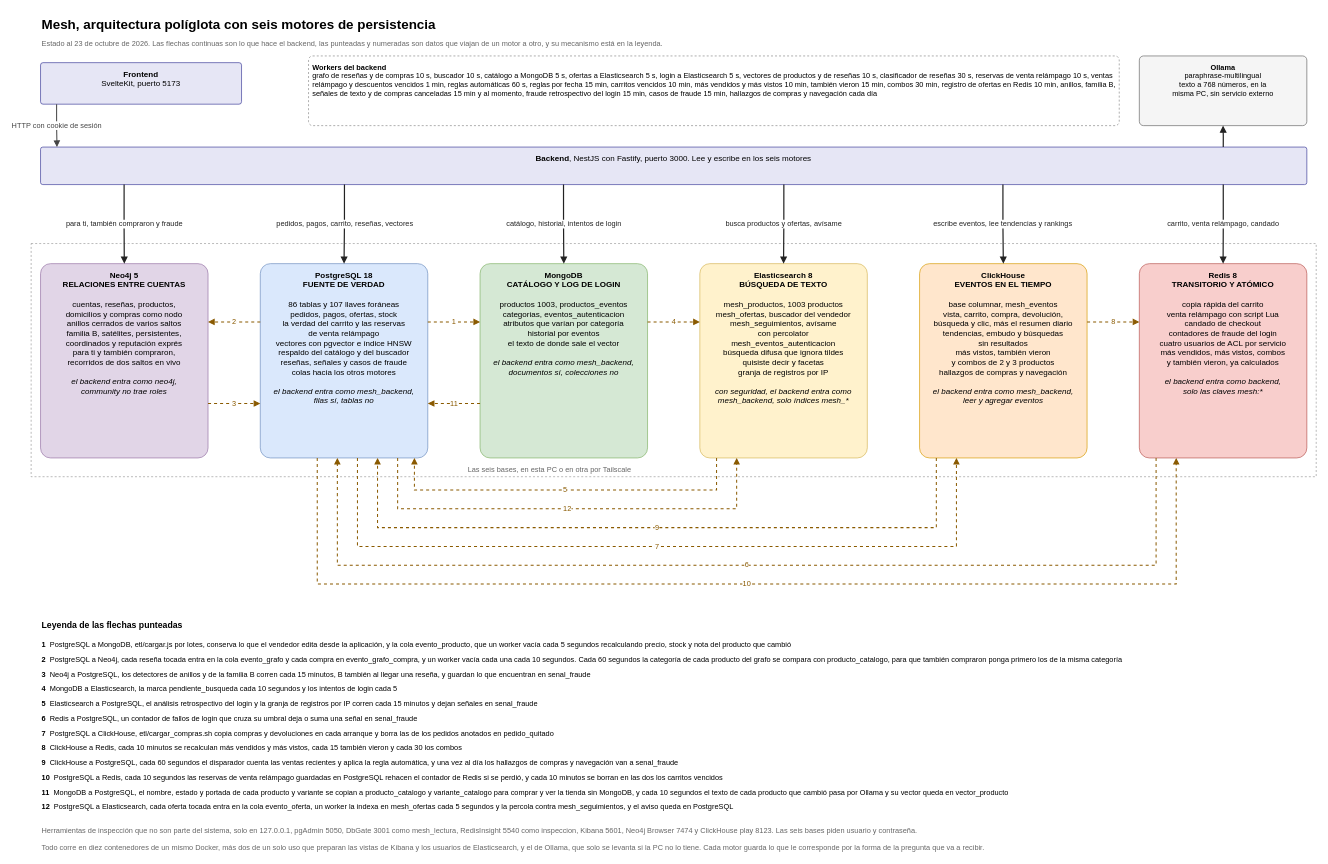
The draw.io diagram docs/diagrama-arquitectura.drawio in pinedahuella/Proyecto-Tienda-Base-Datos-2, before the edit. Source tidied: cells renumbered, new cells numbered last; positions are measured from the earlier drawing's top-left corner, leaving out a move shared by most shapes. Both pictures are drawn from the tidied source at 67%, with x=0, y=0 at pixel (31, 11).
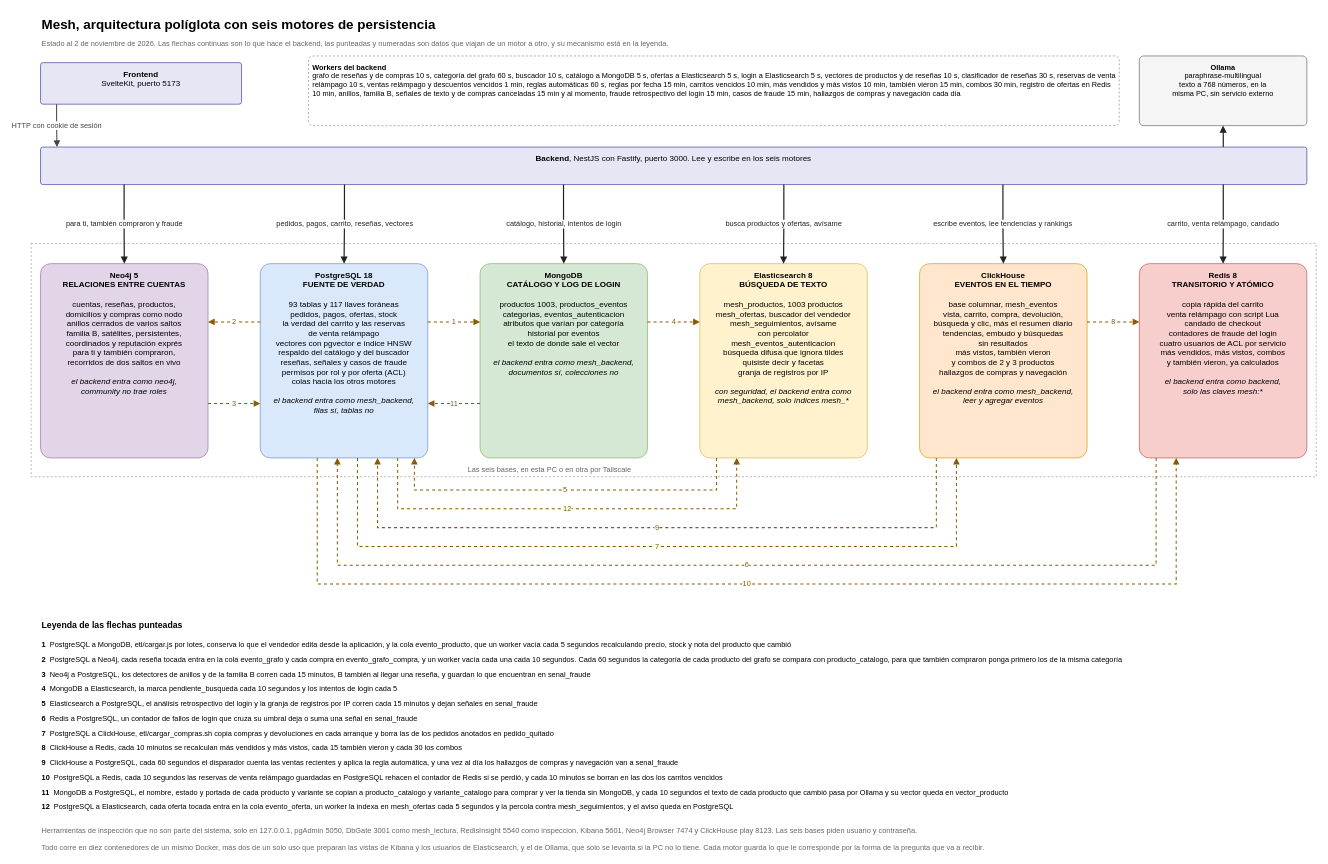
The same diagram, later.

Diff of the diagram source:
```diff
@@
-    <mxCell id="3" value="Estado al 23 de octubre de 2026. Las flechas continuas son lo que hace el backend, las punteadas y numeradas son datos que viajan de un motor a otro, y su mecanismo está en la leyenda." style="text;html=1;strokeColor=none;fillColor=none;align=left;verticalAlign=top;whiteSpace=wrap;fontSize=11;fontColor=#666666;" parent="1" vertex="1">
+    <mxCell id="3" value="Estado al 2 de noviembre de 2026. Las flechas continuas son lo que hace el backend, las punteadas y numeradas son datos que viajan de un motor a otro, y su mecanismo está en la leyenda." style="text;html=1;strokeColor=none;fillColor=none;align=left;verticalAlign=top;whiteSpace=wrap;fontSize=11;fontColor=#666666;" parent="1" vertex="1">
       <mxGeometry x="14" y="34" width="1700" height="24" as="geometry" />
     </mxCell>
@@
-    <mxCell id="5" value="&lt;b&gt;Workers del backend&lt;/b&gt;&lt;br&gt;grafo de reseñas y de compras 10 s, buscador 10 s, catálogo a MongoDB 5 s, ofertas a Elasticsearch 5 s, login a Elasticsearch 5 s, vectores de productos y de reseñas 10 s, clasificador de reseñas 30 s, reservas de venta relámpago 10 s, ventas relámpago y descuentos vencidos 1 min, reglas automáticas 60 s, reglas por fecha 15 min, carritos vencidos 10 min, más vendidos y más vistos 10 min, también vieron 15 min, combos 30 min, registro de ofertas en Redis 10 min, anillos, familia B, señales de texto y de compras canceladas 15 min y al momento, fraude retrospectivo del login 15 min, casos de fraude 15 min, hallazgos de compras y navegación cada día" style="rounded=1;arcSize=6;whiteSpace=wrap;html=1;fillColor=#FFFFFF;strokeColor=#888888;fontSize=11;align=left;verticalAlign=top;spacing=6;dashed=1;" parent="1" vertex="1">
+    <mxCell id="5" value="&lt;b&gt;Workers del backend&lt;/b&gt;&lt;br&gt;grafo de reseñas y de compras 10 s, categoría del grafo 60 s, buscador 10 s, catálogo a MongoDB 5 s, ofertas a Elasticsearch 5 s, login a Elasticsearch 5 s, vectores de productos y de reseñas 10 s, clasificador de reseñas 30 s, reservas de venta relámpago 10 s, ventas relámpago y descuentos vencidos 1 min, reglas automáticas 60 s, reglas por fecha 15 min, carritos vencidos 10 min, más vendidos y más vistos 10 min, también vieron 15 min, combos 30 min, registro de ofertas en Redis 10 min, anillos, familia B, señales de texto y de compras canceladas 15 min y al momento, fraude retrospectivo del login 15 min, casos de fraude 15 min, hallazgos de compras y navegación cada día" style="rounded=1;arcSize=6;whiteSpace=wrap;html=1;fillColor=#FFFFFF;strokeColor=#888888;fontSize=11;align=left;verticalAlign=top;spacing=6;dashed=1;" parent="1" vertex="1">
       <mxGeometry x="414" y="66" width="1210" height="104" as="geometry" />
     </mxCell>
@@
-    <mxCell id="14" value="&lt;b&gt;PostgreSQL 18&lt;/b&gt;&lt;br&gt;&lt;b&gt;FUENTE DE VERDAD&lt;/b&gt;&lt;br&gt;&lt;br&gt;86 tablas y 107 llaves foráneas&lt;br&gt;pedidos, pagos, ofertas, stock&lt;br&gt;la verdad del carrito y las reservas&lt;br&gt;de venta relámpago&lt;br&gt;vectores con pgvector e índice HNSW&lt;br&gt;respaldo del catálogo y del buscador&lt;br&gt;reseñas, señales y casos de fraude&lt;br&gt;colas hacia los otros motores&lt;br&gt;&lt;br&gt;&lt;i&gt;el backend entra como mesh_backend,&lt;br&gt;filas sí, tablas no&lt;/i&gt;" style="rounded=1;arcSize=6;whiteSpace=wrap;html=1;fillColor=#DAE8FC;strokeColor=#6C8EBF;fontSize=12;align=center;verticalAlign=top;spacing=6;" parent="1" vertex="1">
+    <mxCell id="14" value="&lt;b&gt;PostgreSQL 18&lt;/b&gt;&lt;br&gt;&lt;b&gt;FUENTE DE VERDAD&lt;/b&gt;&lt;br&gt;&lt;br&gt;93 tablas y 117 llaves foráneas&lt;br&gt;pedidos, pagos, ofertas, stock&lt;br&gt;la verdad del carrito y las reservas&lt;br&gt;de venta relámpago&lt;br&gt;vectores con pgvector e índice HNSW&lt;br&gt;respaldo del catálogo y del buscador&lt;br&gt;reseñas, señales y casos de fraude&lt;br&gt;permisos por rol y por oferta (ACL)&lt;br&gt;colas hacia los otros motores&lt;br&gt;&lt;br&gt;&lt;i&gt;el backend entra como mesh_backend,&lt;br&gt;filas sí, tablas no&lt;/i&gt;" style="rounded=1;arcSize=6;whiteSpace=wrap;html=1;fillColor=#DAE8FC;strokeColor=#6C8EBF;fontSize=12;align=center;verticalAlign=top;spacing=6;" parent="1" vertex="1">
       <mxGeometry x="342" y="376" width="250" height="290" as="geometry" />
     </mxCell>
```
